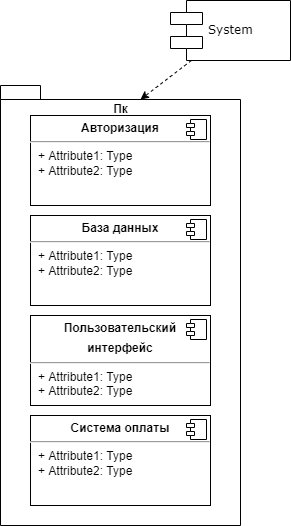
Earlier version of the draw.io export Components Diagrams.png (GnomGrom97/FKC). Source tidied: cells renumbered, new cells last; positions are measured from the earlier drawing's top-left corner, leaving out a move shared by most shapes. Its diagram source:
```xml
<mxGraphModel>
  <root>
    <mxCell id="0" />
    <mxCell id="1" parent="0" />
    <mxCell id="2" style="rounded=0;jettySize=auto;html=1;entryX=0;entryY=0;entryDx=140;entryDy=14;entryPerimeter=0;dashed=1;" parent="1" edge="1" source="3" target="4">
      <mxGeometry relative="1" as="geometry" />
    </mxCell>
    <mxCell id="3" value="System" style="shape=component;align=left;spacingLeft=36;rounded=0;shadow=0;comic=0;labelBackgroundColor=none;strokeWidth=1;fontFamily=Verdana;fontSize=12;html=1;" parent="1" vertex="1">
      <mxGeometry x="170" width="120" height="60" as="geometry" />
    </mxCell>
    <mxCell id="4" value="Пк&lt;br&gt;&lt;br&gt;&lt;br&gt;&lt;br&gt;&lt;br&gt;&lt;br&gt;&lt;br&gt;&lt;br&gt;&lt;br&gt;&lt;br&gt;&lt;br&gt;&lt;br&gt;&lt;br&gt;&lt;br&gt;&lt;br&gt;&lt;br&gt;&lt;br&gt;&lt;br&gt;&lt;br&gt;&lt;br&gt;&lt;br&gt;&lt;br&gt;&lt;br&gt;&lt;br&gt;&lt;br&gt;&lt;br&gt;&lt;br&gt;&lt;br&gt;&lt;br&gt;" style="shape=folder;fontStyle=1;spacingTop=10;tabWidth=40;tabHeight=14;tabPosition=left;html=1;fillColor=none;" parent="1" vertex="1">
      <mxGeometry y="85" width="240" height="440" as="geometry" />
    </mxCell>
    <mxCell id="5" value="&lt;p style=&quot;margin: 0px ; margin-top: 6px ; text-align: center&quot;&gt;&lt;b&gt;База данных&lt;/b&gt;&lt;/p&gt;&lt;hr&gt;&lt;p style=&quot;margin: 0px ; margin-left: 8px&quot;&gt;+ Attribute1: Type&lt;br&gt;+ Attribute2: Type&lt;/p&gt;" style="align=left;overflow=fill;html=1;fillColor=none;" parent="1" vertex="1">
      <mxGeometry x="30" y="215" width="180" height="90" as="geometry" />
    </mxCell>
    <mxCell id="6" style="shape=component;jettyWidth=8;jettyHeight=4;fillColor=none;" parent="5" vertex="1">
      <mxGeometry x="1" width="20" height="20" relative="1" as="geometry">
        <mxPoint x="-24" y="4" as="offset" />
      </mxGeometry>
    </mxCell>
    <mxCell id="7" value="&lt;p style=&quot;margin: 0px ; margin-top: 6px ; text-align: center&quot;&gt;&lt;b&gt;Пользовательский&lt;/b&gt;&lt;/p&gt;&lt;p style=&quot;margin: 0px ; margin-top: 6px ; text-align: center&quot;&gt;&lt;b&gt;интерфейс&lt;/b&gt;&lt;/p&gt;&lt;hr&gt;&lt;p style=&quot;margin: 0px ; margin-left: 8px&quot;&gt;+ Attribute1: Type&lt;br&gt;+ Attribute2: Type&lt;/p&gt;" style="align=left;overflow=fill;html=1;fillColor=none;" parent="1" vertex="1">
      <mxGeometry x="30" y="315" width="180" height="90" as="geometry" />
    </mxCell>
    <mxCell id="8" style="shape=component;jettyWidth=8;jettyHeight=4;fillColor=none;" parent="7" vertex="1">
      <mxGeometry x="1" width="20" height="20" relative="1" as="geometry">
        <mxPoint x="-24" y="4" as="offset" />
      </mxGeometry>
    </mxCell>
    <mxCell id="9" value="&lt;p style=&quot;margin: 0px ; margin-top: 6px ; text-align: center&quot;&gt;&lt;b&gt;Система оплаты&lt;/b&gt;&lt;/p&gt;&lt;hr&gt;&lt;p style=&quot;margin: 0px ; margin-left: 8px&quot;&gt;+ Attribute1: Type&lt;br&gt;+ Attribute2: Type&lt;/p&gt;" style="align=left;overflow=fill;html=1;fillColor=none;" parent="1" vertex="1">
      <mxGeometry x="30" y="415" width="180" height="90" as="geometry" />
    </mxCell>
    <mxCell id="10" style="shape=component;jettyWidth=8;jettyHeight=4;fillColor=none;" parent="9" vertex="1">
      <mxGeometry x="1" width="20" height="20" relative="1" as="geometry">
        <mxPoint x="-24" y="4" as="offset" />
      </mxGeometry>
    </mxCell>
    <mxCell id="11" value="&lt;p style=&quot;margin: 0px ; margin-top: 6px ; text-align: center&quot;&gt;&lt;b&gt;Авторизация&lt;/b&gt;&lt;/p&gt;&lt;hr&gt;&lt;p style=&quot;margin: 0px ; margin-left: 8px&quot;&gt;+ Attribute1: Type&lt;br&gt;+ Attribute2: Type&lt;/p&gt;" style="align=left;overflow=fill;html=1;fillColor=none;" parent="1" vertex="1">
      <mxGeometry x="30" y="115" width="180" height="90" as="geometry" />
    </mxCell>
    <mxCell id="12" style="shape=component;jettyWidth=8;jettyHeight=4;fillColor=none;" parent="11" vertex="1">
      <mxGeometry x="1" width="20" height="20" relative="1" as="geometry">
        <mxPoint x="-24" y="4" as="offset" />
      </mxGeometry>
    </mxCell>
  </root>
</mxGraphModel>
```
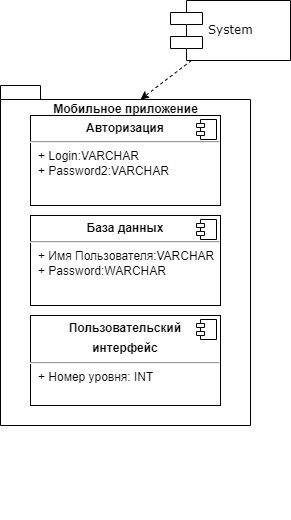
The same file after the commit.

The edit, as a diff of the source:
```diff
@@ -8,35 +8,27 @@
     <mxCell id="3" value="System" style="shape=component;align=left;spacingLeft=36;rounded=0;shadow=0;comic=0;labelBackgroundColor=none;strokeWidth=1;fontFamily=Verdana;fontSize=12;html=1;" parent="1" vertex="1">
       <mxGeometry x="170" width="120" height="60" as="geometry" />
     </mxCell>
-    <mxCell id="4" value="Пк&lt;br&gt;&lt;br&gt;&lt;br&gt;&lt;br&gt;&lt;br&gt;&lt;br&gt;&lt;br&gt;&lt;br&gt;&lt;br&gt;&lt;br&gt;&lt;br&gt;&lt;br&gt;&lt;br&gt;&lt;br&gt;&lt;br&gt;&lt;br&gt;&lt;br&gt;&lt;br&gt;&lt;br&gt;&lt;br&gt;&lt;br&gt;&lt;br&gt;&lt;br&gt;&lt;br&gt;&lt;br&gt;&lt;br&gt;&lt;br&gt;&lt;br&gt;&lt;br&gt;" style="shape=folder;fontStyle=1;spacingTop=10;tabWidth=40;tabHeight=14;tabPosition=left;html=1;fillColor=none;" parent="1" vertex="1">
-      <mxGeometry y="85" width="240" height="440" as="geometry" />
+    <mxCell id="4" value="&lt;br&gt;&lt;br&gt;&lt;br&gt;&lt;br&gt;&lt;br&gt;&lt;br&gt;&lt;br&gt;Мобильное приложение&lt;br&gt;&lt;br&gt;&lt;br&gt;&lt;br&gt;&lt;br&gt;&lt;br&gt;&lt;br&gt;&lt;br&gt;&lt;br&gt;&lt;br&gt;&lt;br&gt;&lt;br&gt;&lt;br&gt;&lt;br&gt;&lt;br&gt;&lt;br&gt;&lt;br&gt;&lt;br&gt;&lt;br&gt;&lt;br&gt;&lt;br&gt;&lt;br&gt;&lt;br&gt;&lt;br&gt;&lt;br&gt;&lt;br&gt;&lt;br&gt;&lt;br&gt;&lt;br&gt;" style="shape=folder;fontStyle=1;spacingTop=10;tabWidth=40;tabHeight=14;tabPosition=left;html=1;fillColor=none;" parent="1" vertex="1">
+      <mxGeometry y="85" width="250" height="340" as="geometry" />
     </mxCell>
-    <mxCell id="5" value="&lt;p style=&quot;margin: 0px ; margin-top: 6px ; text-align: center&quot;&gt;&lt;b&gt;База данных&lt;/b&gt;&lt;/p&gt;&lt;hr&gt;&lt;p style=&quot;margin: 0px ; margin-left: 8px&quot;&gt;+ Attribute1: Type&lt;br&gt;+ Attribute2: Type&lt;/p&gt;" style="align=left;overflow=fill;html=1;fillColor=none;" parent="1" vertex="1">
-      <mxGeometry x="30" y="215" width="180" height="90" as="geometry" />
+    <mxCell id="5" value="&lt;p style=&quot;margin: 0px ; margin-top: 6px ; text-align: center&quot;&gt;&lt;b&gt;База данных&lt;/b&gt;&lt;/p&gt;&lt;hr&gt;&lt;p style=&quot;margin: 0px ; margin-left: 8px&quot;&gt;+ Имя Пользователя:VARCHAR&lt;br&gt;+ Password:WARCHAR&lt;/p&gt;" style="align=left;overflow=fill;html=1;fillColor=none;" parent="1" vertex="1">
+      <mxGeometry x="30" y="215" width="190" height="90" as="geometry" />
     </mxCell>
     <mxCell id="6" style="shape=component;jettyWidth=8;jettyHeight=4;fillColor=none;" parent="5" vertex="1">
       <mxGeometry x="1" width="20" height="20" relative="1" as="geometry">
         <mxPoint x="-24" y="4" as="offset" />
       </mxGeometry>
     </mxCell>
-    <mxCell id="7" value="&lt;p style=&quot;margin: 0px ; margin-top: 6px ; text-align: center&quot;&gt;&lt;b&gt;Пользовательский&lt;/b&gt;&lt;/p&gt;&lt;p style=&quot;margin: 0px ; margin-top: 6px ; text-align: center&quot;&gt;&lt;b&gt;интерфейс&lt;/b&gt;&lt;/p&gt;&lt;hr&gt;&lt;p style=&quot;margin: 0px ; margin-left: 8px&quot;&gt;+ Attribute1: Type&lt;br&gt;+ Attribute2: Type&lt;/p&gt;" style="align=left;overflow=fill;html=1;fillColor=none;" parent="1" vertex="1">
-      <mxGeometry x="30" y="315" width="180" height="90" as="geometry" />
+    <mxCell id="7" value="&lt;p style=&quot;margin: 0px ; margin-top: 6px ; text-align: center&quot;&gt;&lt;b&gt;Пользовательский&lt;/b&gt;&lt;/p&gt;&lt;p style=&quot;margin: 0px ; margin-top: 6px ; text-align: center&quot;&gt;&lt;b&gt;интерфейс&lt;/b&gt;&lt;/p&gt;&lt;hr&gt;&lt;p style=&quot;margin: 0px ; margin-left: 8px&quot;&gt;+ Номер уровня: INT&lt;br&gt;&lt;br&gt;&lt;/p&gt;" style="align=left;overflow=fill;html=1;fillColor=none;" parent="1" vertex="1">
+      <mxGeometry x="30" y="315" width="190" height="90" as="geometry" />
     </mxCell>
     <mxCell id="8" style="shape=component;jettyWidth=8;jettyHeight=4;fillColor=none;" parent="7" vertex="1">
       <mxGeometry x="1" width="20" height="20" relative="1" as="geometry">
         <mxPoint x="-24" y="4" as="offset" />
       </mxGeometry>
     </mxCell>
-    <mxCell id="9" value="&lt;p style=&quot;margin: 0px ; margin-top: 6px ; text-align: center&quot;&gt;&lt;b&gt;Система оплаты&lt;/b&gt;&lt;/p&gt;&lt;hr&gt;&lt;p style=&quot;margin: 0px ; margin-left: 8px&quot;&gt;+ Attribute1: Type&lt;br&gt;+ Attribute2: Type&lt;/p&gt;" style="align=left;overflow=fill;html=1;fillColor=none;" parent="1" vertex="1">
-      <mxGeometry x="30" y="415" width="180" height="90" as="geometry" />
-    </mxCell>
-    <mxCell id="10" style="shape=component;jettyWidth=8;jettyHeight=4;fillColor=none;" parent="9" vertex="1">
-      <mxGeometry x="1" width="20" height="20" relative="1" as="geometry">
-        <mxPoint x="-24" y="4" as="offset" />
-      </mxGeometry>
-    </mxCell>
-    <mxCell id="11" value="&lt;p style=&quot;margin: 0px ; margin-top: 6px ; text-align: center&quot;&gt;&lt;b&gt;Авторизация&lt;/b&gt;&lt;/p&gt;&lt;hr&gt;&lt;p style=&quot;margin: 0px ; margin-left: 8px&quot;&gt;+ Attribute1: Type&lt;br&gt;+ Attribute2: Type&lt;/p&gt;" style="align=left;overflow=fill;html=1;fillColor=none;" parent="1" vertex="1">
-      <mxGeometry x="30" y="115" width="180" height="90" as="geometry" />
+    <mxCell id="11" value="&lt;p style=&quot;margin: 0px ; margin-top: 6px ; text-align: center&quot;&gt;&lt;b&gt;Авторизация&lt;/b&gt;&lt;/p&gt;&lt;hr&gt;&lt;p style=&quot;margin: 0px ; margin-left: 8px&quot;&gt;+ Login:VARCHAR&lt;br&gt;+ Password2:VARCHAR&lt;/p&gt;" style="align=left;overflow=fill;html=1;fillColor=none;" parent="1" vertex="1">
+      <mxGeometry x="30" y="115" width="190" height="90" as="geometry" />
     </mxCell>
     <mxCell id="12" style="shape=component;jettyWidth=8;jettyHeight=4;fillColor=none;" parent="11" vertex="1">
       <mxGeometry x="1" width="20" height="20" relative="1" as="geometry">
```
